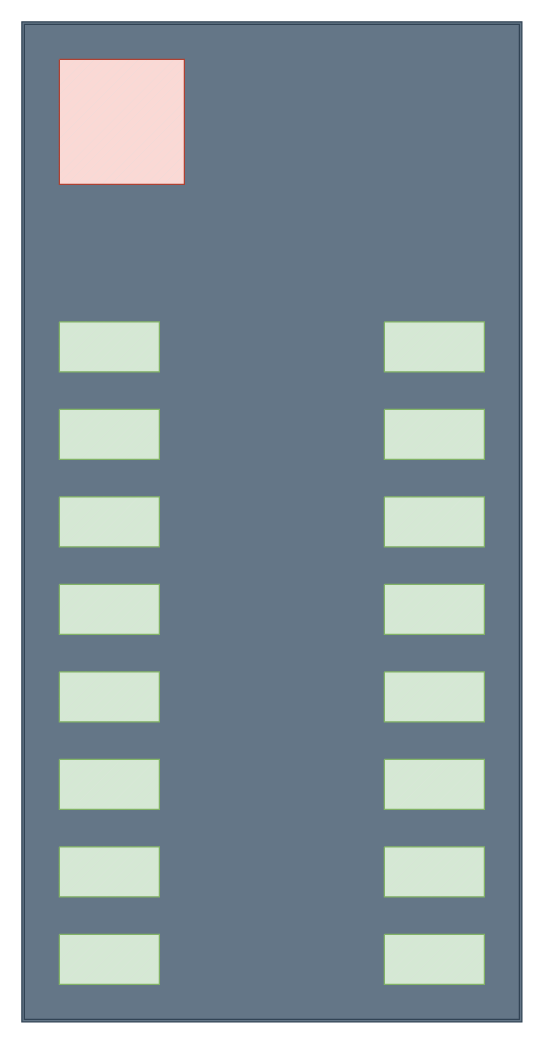
Earlier version of the draw.io diagram garden.drawio (sayfjawad/draw-io). Source tidied: cells renumbered, new cells numbered last; positions are measured from the earlier drawing's top-left corner, leaving out a move shared by most shapes. Both pictures are drawn from the tidied source at 125%, with x=0, y=0 at pixel (21, 21).
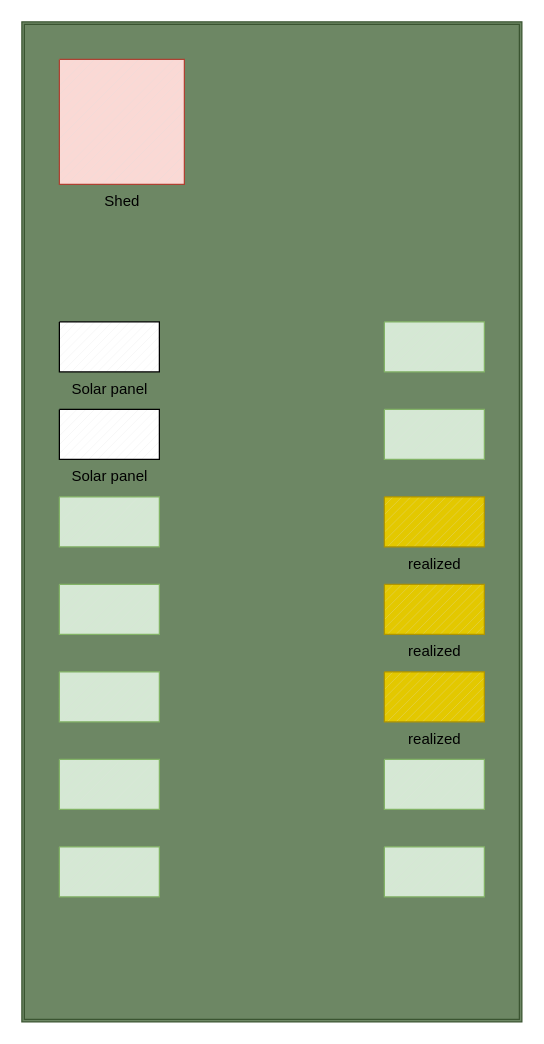
The same diagram, later.

The edit, as a diff of the source:
```diff
@@
 <mxGraphModel>
   <root>
     <mxCell id="0" />
     <mxCell id="1" parent="0" />
-    <mxCell id="2" style="shape=ext;double=1;rounded=0;whiteSpace=wrap;html=1;fillColor=#647687;strokeColor=#314354;fontColor=#ffffff;" parent="1" vertex="1">
+    <mxCell id="2" style="shape=ext;double=1;rounded=0;whiteSpace=wrap;html=1;fillColor=#6d8764;strokeColor=#3A5431;fontColor=#ffffff;" parent="1" vertex="1">
       <mxGeometry width="400" height="800" as="geometry" />
     </mxCell>
-    <mxCell id="3" style="verticalLabelPosition=bottom;verticalAlign=top;html=1;shape=mxgraph.basic.patternFillRect;fillStyle=diag;step=5;fillStrokeWidth=0.2;fillStrokeColor=#dddddd;fillColor=#d5e8d4;strokeColor=#82b366;" parent="1" vertex="1">
-      <mxGeometry x="290" y="730" width="80" height="40" as="geometry" />
-    </mxCell>
     <mxCell id="4" style="verticalLabelPosition=bottom;verticalAlign=top;html=1;shape=mxgraph.basic.patternFillRect;fillStyle=diag;step=5;fillStrokeWidth=0.2;fillStrokeColor=#dddddd;fillColor=#d5e8d4;strokeColor=#82b366;" parent="1" vertex="1">
       <mxGeometry x="290" y="660" width="80" height="40" as="geometry" />
     </mxCell>
     <mxCell id="5" style="verticalLabelPosition=bottom;verticalAlign=top;html=1;shape=mxgraph.basic.patternFillRect;fillStyle=diag;step=5;fillStrokeWidth=0.2;fillStrokeColor=#dddddd;fillColor=#d5e8d4;strokeColor=#82b366;" parent="1" vertex="1">
       <mxGeometry x="290" y="590" width="80" height="40" as="geometry" />
     </mxCell>
-    <mxCell id="6" style="verticalLabelPosition=bottom;verticalAlign=top;html=1;shape=mxgraph.basic.patternFillRect;fillStyle=diag;step=5;fillStrokeWidth=0.2;fillStrokeColor=#dddddd;fillColor=#d5e8d4;strokeColor=#82b366;" parent="1" vertex="1">
+    <mxCell id="6" value="realized" style="verticalLabelPosition=bottom;verticalAlign=top;html=1;shape=mxgraph.basic.patternFillRect;fillStyle=diag;step=5;fillStrokeWidth=0.2;fillStrokeColor=#dddddd;fillColor=#e3c800;strokeColor=#B09500;fontColor=#000000;" parent="1" vertex="1">
       <mxGeometry x="290" y="520" width="80" height="40" as="geometry" />
     </mxCell>
-    <mxCell id="7" style="verticalLabelPosition=bottom;verticalAlign=top;html=1;shape=mxgraph.basic.patternFillRect;fillStyle=diag;step=5;fillStrokeWidth=0.2;fillStrokeColor=#dddddd;fillColor=#d5e8d4;strokeColor=#82b366;" parent="1" vertex="1">
+    <mxCell id="7" value="realized" style="verticalLabelPosition=bottom;verticalAlign=top;html=1;shape=mxgraph.basic.patternFillRect;fillStyle=diag;step=5;fillStrokeWidth=0.2;fillStrokeColor=#dddddd;fillColor=#e3c800;strokeColor=#B09500;fontColor=#000000;" parent="1" vertex="1">
       <mxGeometry x="290" y="450" width="80" height="40" as="geometry" />
     </mxCell>
-    <mxCell id="8" style="verticalLabelPosition=bottom;verticalAlign=top;html=1;shape=mxgraph.basic.patternFillRect;fillStyle=diag;step=5;fillStrokeWidth=0.2;fillStrokeColor=#dddddd;fillColor=#d5e8d4;strokeColor=#82b366;" parent="1" vertex="1">
+    <mxCell id="8" value="realized" style="verticalLabelPosition=bottom;verticalAlign=top;html=1;shape=mxgraph.basic.patternFillRect;fillStyle=diag;step=5;fillStrokeWidth=0.2;fillStrokeColor=#dddddd;fillColor=#e3c800;strokeColor=#B09500;fontColor=#000000;" parent="1" vertex="1">
       <mxGeometry x="290" y="380" width="80" height="40" as="geometry" />
     </mxCell>
     <mxCell id="9" style="verticalLabelPosition=bottom;verticalAlign=top;html=1;shape=mxgraph.basic.patternFillRect;fillStyle=diag;step=5;fillStrokeWidth=0.2;fillStrokeColor=#dddddd;fillColor=#d5e8d4;strokeColor=#82b366;" parent="1" vertex="1">
       <mxGeometry x="290" y="310" width="80" height="40" as="geometry" />
     </mxCell>
     <mxCell id="10" style="verticalLabelPosition=bottom;verticalAlign=top;html=1;shape=mxgraph.basic.patternFillRect;fillStyle=diag;step=5;fillStrokeWidth=0.2;fillStrokeColor=#dddddd;fillColor=#d5e8d4;strokeColor=#82b366;" parent="1" vertex="1">
       <mxGeometry x="290" y="240" width="80" height="40" as="geometry" />
     </mxCell>
-    <mxCell id="11" style="verticalLabelPosition=bottom;verticalAlign=top;html=1;shape=mxgraph.basic.patternFillRect;fillStyle=diag;step=5;fillStrokeWidth=0.2;fillStrokeColor=#dddddd;fillColor=#fad9d5;strokeColor=#ae4132;" parent="1" vertex="1">
+    <mxCell id="11" value="Shed" style="verticalLabelPosition=bottom;verticalAlign=top;html=1;shape=mxgraph.basic.patternFillRect;fillStyle=diag;step=5;fillStrokeWidth=0.2;fillStrokeColor=#dddddd;fillColor=#fad9d5;strokeColor=#ae4132;" parent="1" vertex="1">
       <mxGeometry x="30" y="30" width="100" height="100" as="geometry" />
     </mxCell>
-    <mxCell id="12" style="verticalLabelPosition=bottom;verticalAlign=top;html=1;shape=mxgraph.basic.patternFillRect;fillStyle=diag;step=5;fillStrokeWidth=0.2;fillStrokeColor=#dddddd;fillColor=#d5e8d4;strokeColor=#82b366;" parent="1" vertex="1">
-      <mxGeometry x="30" y="730" width="80" height="40" as="geometry" />
-    </mxCell>
     <mxCell id="13" style="verticalLabelPosition=bottom;verticalAlign=top;html=1;shape=mxgraph.basic.patternFillRect;fillStyle=diag;step=5;fillStrokeWidth=0.2;fillStrokeColor=#dddddd;fillColor=#d5e8d4;strokeColor=#82b366;" parent="1" vertex="1">
       <mxGeometry x="30" y="660" width="80" height="40" as="geometry" />
     </mxCell>
     <mxCell id="14" style="verticalLabelPosition=bottom;verticalAlign=top;html=1;shape=mxgraph.basic.patternFillRect;fillStyle=diag;step=5;fillStrokeWidth=0.2;fillStrokeColor=#dddddd;fillColor=#d5e8d4;strokeColor=#82b366;" parent="1" vertex="1">
       <mxGeometry x="30" y="590" width="80" height="40" as="geometry" />
     </mxCell>
     <mxCell id="15" style="verticalLabelPosition=bottom;verticalAlign=top;html=1;shape=mxgraph.basic.patternFillRect;fillStyle=diag;step=5;fillStrokeWidth=0.2;fillStrokeColor=#dddddd;fillColor=#d5e8d4;strokeColor=#82b366;" parent="1" vertex="1">
       <mxGeometry x="30" y="520" width="80" height="40" as="geometry" />
     </mxCell>
     <mxCell id="16" style="verticalLabelPosition=bottom;verticalAlign=top;html=1;shape=mxgraph.basic.patternFillRect;fillStyle=diag;step=5;fillStrokeWidth=0.2;fillStrokeColor=#dddddd;fillColor=#d5e8d4;strokeColor=#82b366;" parent="1" vertex="1">
       <mxGeometry x="30" y="450" width="80" height="40" as="geometry" />
     </mxCell>
     <mxCell id="17" style="verticalLabelPosition=bottom;verticalAlign=top;html=1;shape=mxgraph.basic.patternFillRect;fillStyle=diag;step=5;fillStrokeWidth=0.2;fillStrokeColor=#dddddd;fillColor=#d5e8d4;strokeColor=#82b366;" parent="1" vertex="1">
       <mxGeometry x="30" y="380" width="80" height="40" as="geometry" />
     </mxCell>
-    <mxCell id="18" style="verticalLabelPosition=bottom;verticalAlign=top;html=1;shape=mxgraph.basic.patternFillRect;fillStyle=diag;step=5;fillStrokeWidth=0.2;fillStrokeColor=#dddddd;fillColor=#d5e8d4;strokeColor=#82b366;" parent="1" vertex="1">
+    <mxCell id="18" value="Solar panel" style="verticalLabelPosition=bottom;verticalAlign=top;html=1;shape=mxgraph.basic.patternFillRect;fillStyle=diag;step=5;fillStrokeWidth=0.2;fillStrokeColor=#dddddd;" parent="1" vertex="1">
       <mxGeometry x="30" y="310" width="80" height="40" as="geometry" />
     </mxCell>
-    <mxCell id="19" style="verticalLabelPosition=bottom;verticalAlign=top;html=1;shape=mxgraph.basic.patternFillRect;fillStyle=diag;step=5;fillStrokeWidth=0.2;fillStrokeColor=#dddddd;fillColor=#d5e8d4;strokeColor=#82b366;" parent="1" vertex="1">
+    <mxCell id="19" value="Solar panel" style="verticalLabelPosition=bottom;verticalAlign=top;html=1;shape=mxgraph.basic.patternFillRect;fillStyle=diag;step=5;fillStrokeWidth=0.2;fillStrokeColor=#dddddd;" parent="1" vertex="1">
       <mxGeometry x="30" y="240" width="80" height="40" as="geometry" />
     </mxCell>
   </root>
 </mxGraphModel>
```
